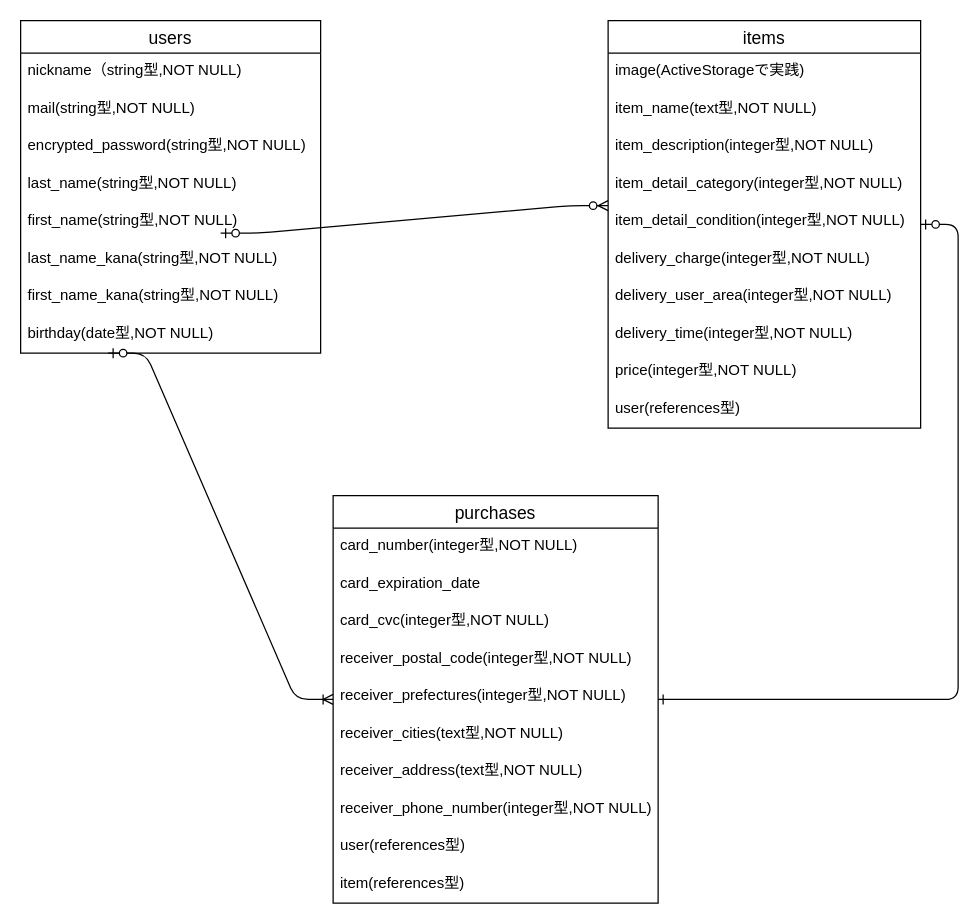
This is ER図.dio from honaki-days/furima-35831, a draw.io file, before an edit. Source tidied: cells renumbered, new cells numbered last; positions are measured from the earlier drawing's top-left corner, leaving out a move shared by most shapes. Both pictures are drawn from the tidied source at 125%, with x=0, y=0 at pixel (20, 20).
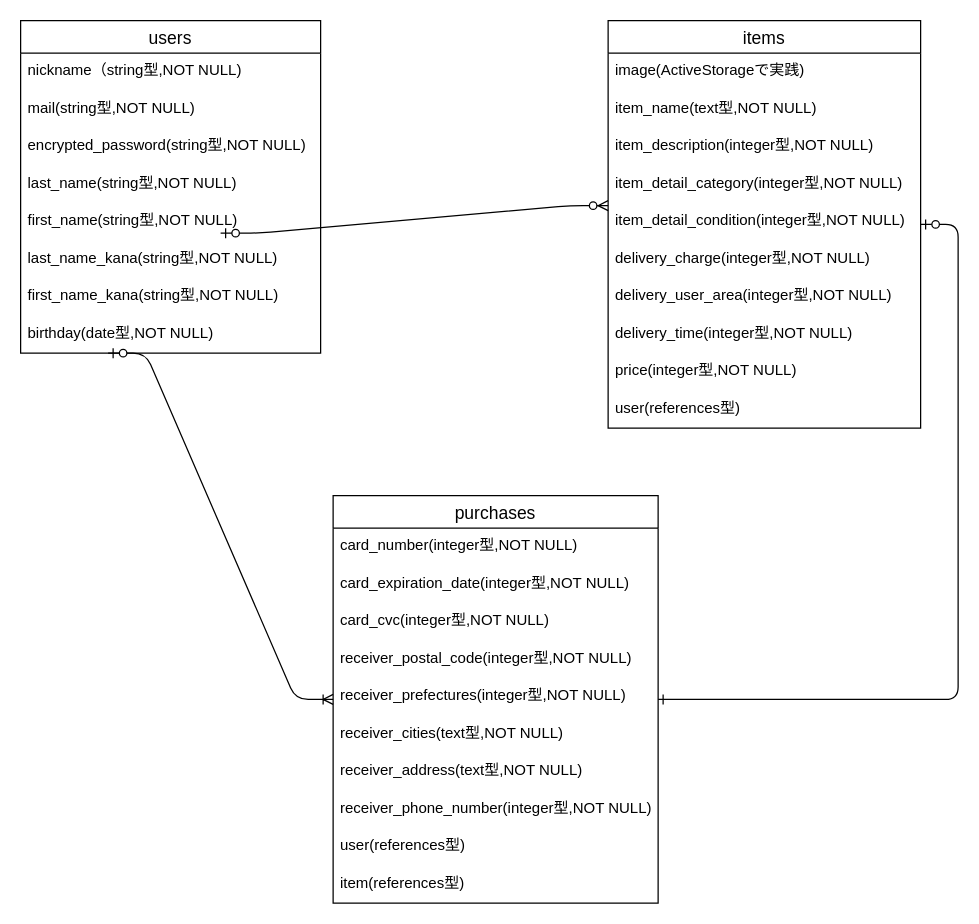
After the change.

Unchanged cells that the change refers to:
```xml
<mxCell id="22" value="purchases" style="swimlane;fontStyle=0;horizontal=1;startSize=26;align=center;fontSize=14;" parent="1" vertex="1">
  <mxGeometry x="250" y="380" width="260" height="326" as="geometry" />
</mxCell>
```

Diff of the diagram source:
```diff
@@
-    <mxCell id="24" value="card_expiration_date" style="text;strokeColor=none;fillColor=none;spacingLeft=4;spacingRight=4;overflow=hidden;fontSize=12;" parent="22" vertex="1">
+    <mxCell id="24" value="card_expiration_date(integer型,NOT NULL)" style="text;strokeColor=none;fillColor=none;spacingLeft=4;spacingRight=4;overflow=hidden;fontSize=12;" parent="22" vertex="1">
       <mxGeometry y="56" width="260" height="30" as="geometry" />
     </mxCell>
```
